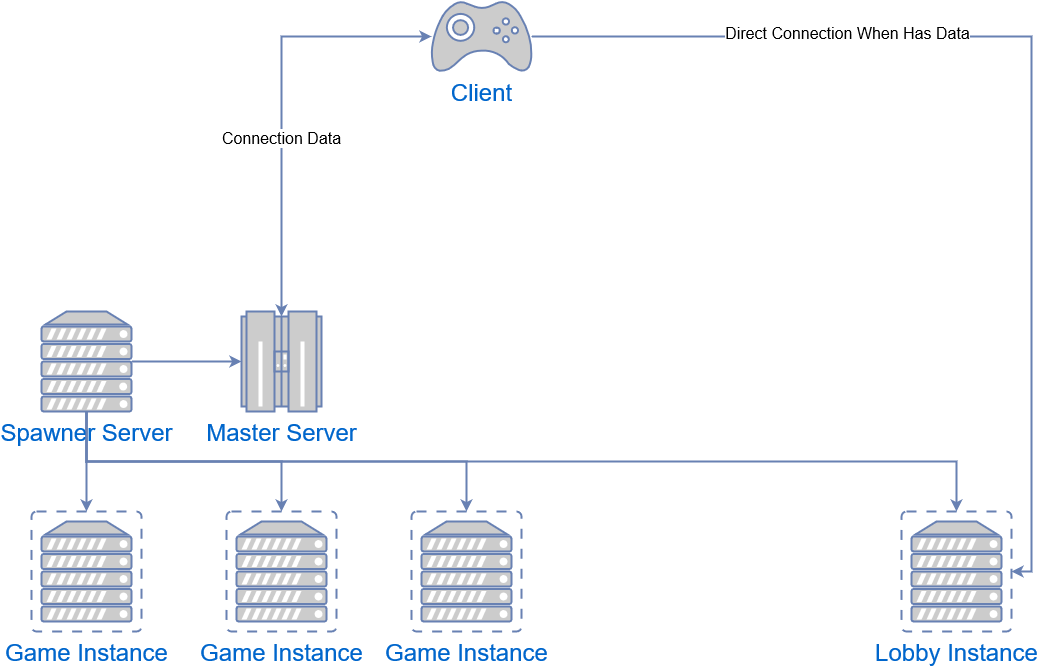
Earlier version of the draw.io export Visual Lobby Topology.png (KirKami/Visual-Lobby-MST-Extension). Source tidied: cells renumbered, new cells last; positions are measured from the earlier drawing's top-left corner, leaving out a move shared by most shapes. Source of this version:
```xml
<mxGraphModel>
  <root>
    <mxCell id="0" />
    <mxCell id="1" parent="0" />
    <mxCell id="2" style="edgeStyle=orthogonalEdgeStyle;rounded=0;jettySize=auto;html=1;entryX=0.5;entryY=0.05;entryDx=0;entryDy=0;entryPerimeter=0;strokeWidth=2;startArrow=classic;startFill=1;strokeColor=#6881B3;" parent="1" edge="1" source="6" target="7">
      <mxGeometry relative="1" as="geometry">
        <Array as="points">
          <mxPoint x="250" y="35" />
        </Array>
      </mxGeometry>
    </mxCell>
    <mxCell id="3" value="&lt;font style=&quot;font-size: 16px;&quot;&gt;Connection Data&lt;br&gt;&lt;/font&gt;" style="edgeLabel;html=1;align=center;verticalAlign=middle;" parent="2" vertex="1">
      <mxGeometry x="0.17" y="-1" relative="1" as="geometry" />
    </mxCell>
    <mxCell id="4" style="edgeStyle=orthogonalEdgeStyle;rounded=0;jettySize=auto;html=1;entryX=1;entryY=0.5;entryDx=0;entryDy=0;entryPerimeter=0;strokeWidth=2;strokeColor=#6881B3;" parent="1" edge="1" source="6" target="16">
      <mxGeometry relative="1" as="geometry" />
    </mxCell>
    <mxCell id="5" value="&lt;font style=&quot;font-size: 16px;&quot;&gt;Direct Connection When Has Data&lt;br&gt;&lt;/font&gt;" style="edgeLabel;html=1;align=center;verticalAlign=middle;" parent="4" vertex="1">
      <mxGeometry x="-0.4" y="4" relative="1" as="geometry" />
    </mxCell>
    <mxCell id="6" value="&lt;font style=&quot;font-size: 24px;&quot;&gt;Client&lt;/font&gt;" style="fontColor=#0066CC;verticalAlign=top;verticalLabelPosition=bottom;labelPosition=center;align=center;html=1;outlineConnect=0;fillColor=#CCCCCC;strokeColor=#6881B3;gradientColor=none;gradientDirection=north;strokeWidth=2;shape=mxgraph.networks.gamepad;" parent="1" vertex="1">
      <mxGeometry x="400" width="100" height="70" as="geometry" />
    </mxCell>
    <mxCell id="7" value="&lt;font style=&quot;font-size: 24px;&quot;&gt;Master Server&lt;br&gt;&lt;/font&gt;" style="fontColor=#0066CC;verticalAlign=top;verticalLabelPosition=bottom;labelPosition=center;align=center;html=1;outlineConnect=0;fillColor=#CCCCCC;strokeColor=#6881B3;gradientColor=none;gradientDirection=north;strokeWidth=2;shape=mxgraph.networks.mainframe;" parent="1" vertex="1">
      <mxGeometry x="210" y="310" width="80" height="100" as="geometry" />
    </mxCell>
    <mxCell id="8" style="edgeStyle=orthogonalEdgeStyle;rounded=0;jettySize=auto;html=1;exitX=1;exitY=0.5;exitDx=0;exitDy=0;exitPerimeter=0;entryX=0;entryY=0.5;entryDx=0;entryDy=0;entryPerimeter=0;strokeWidth=2;strokeColor=#6881B3;" parent="1" edge="1" source="12" target="7">
      <mxGeometry relative="1" as="geometry" />
    </mxCell>
    <mxCell id="9" style="edgeStyle=orthogonalEdgeStyle;rounded=0;jettySize=auto;html=1;entryX=0.5;entryY=0;entryDx=0;entryDy=0;entryPerimeter=0;strokeColor=#6881B3;strokeWidth=2;" parent="1" edge="1" source="12" target="13">
      <mxGeometry relative="1" as="geometry" />
    </mxCell>
    <mxCell id="10" style="edgeStyle=orthogonalEdgeStyle;rounded=0;jettySize=auto;html=1;exitX=0.5;exitY=1;exitDx=0;exitDy=0;exitPerimeter=0;entryX=0.5;entryY=0;entryDx=0;entryDy=0;entryPerimeter=0;strokeColor=#6881B3;strokeWidth=2;" parent="1" edge="1" source="12" target="14">
      <mxGeometry relative="1" as="geometry" />
    </mxCell>
    <mxCell id="11" style="edgeStyle=orthogonalEdgeStyle;rounded=0;jettySize=auto;html=1;exitX=0.5;exitY=1;exitDx=0;exitDy=0;exitPerimeter=0;entryX=0.5;entryY=0;entryDx=0;entryDy=0;entryPerimeter=0;strokeColor=#6881B3;strokeWidth=2;" parent="1" edge="1" source="12" target="15">
      <mxGeometry relative="1" as="geometry" />
    </mxCell>
    <mxCell id="12" value="&lt;font style=&quot;font-size: 24px;&quot;&gt;Spawner Server&lt;br&gt;&lt;/font&gt;" style="fontColor=#0066CC;verticalAlign=top;verticalLabelPosition=bottom;labelPosition=center;align=center;html=1;outlineConnect=0;fillColor=#CCCCCC;strokeColor=#6881B3;gradientColor=none;gradientDirection=north;strokeWidth=2;shape=mxgraph.networks.server;" parent="1" vertex="1">
      <mxGeometry x="10" y="310" width="90" height="100" as="geometry" />
    </mxCell>
    <mxCell id="13" value="&lt;font style=&quot;font-size: 24px;&quot;&gt;Game Instance&lt;/font&gt;" style="fontColor=#0066CC;verticalAlign=top;verticalLabelPosition=bottom;labelPosition=center;align=center;html=1;outlineConnect=0;fillColor=#CCCCCC;strokeColor=#6881B3;gradientColor=none;gradientDirection=north;strokeWidth=2;shape=mxgraph.networks.virtual_server;" parent="1" vertex="1">
      <mxGeometry y="510" width="110" height="120" as="geometry" />
    </mxCell>
    <mxCell id="14" value="&lt;font style=&quot;font-size: 24px;&quot;&gt;Game Instance&lt;/font&gt;" style="fontColor=#0066CC;verticalAlign=top;verticalLabelPosition=bottom;labelPosition=center;align=center;html=1;outlineConnect=0;fillColor=#CCCCCC;strokeColor=#6881B3;gradientColor=none;gradientDirection=north;strokeWidth=2;shape=mxgraph.networks.virtual_server;" parent="1" vertex="1">
      <mxGeometry x="195" y="510" width="110" height="120" as="geometry" />
    </mxCell>
    <mxCell id="15" value="&lt;font style=&quot;font-size: 24px;&quot;&gt;Game Instance&lt;/font&gt;" style="fontColor=#0066CC;verticalAlign=top;verticalLabelPosition=bottom;labelPosition=center;align=center;html=1;outlineConnect=0;fillColor=#CCCCCC;strokeColor=#6881B3;gradientColor=none;gradientDirection=north;strokeWidth=2;shape=mxgraph.networks.virtual_server;" parent="1" vertex="1">
      <mxGeometry x="380" y="510" width="110" height="120" as="geometry" />
    </mxCell>
    <mxCell id="16" value="&lt;font style=&quot;font-size: 24px;&quot;&gt;Lobby Instance&lt;/font&gt;" style="fontColor=#0066CC;verticalAlign=top;verticalLabelPosition=bottom;labelPosition=center;align=center;html=1;outlineConnect=0;fillColor=#CCCCCC;strokeColor=#6881B3;gradientColor=none;gradientDirection=north;strokeWidth=2;shape=mxgraph.networks.virtual_server;" parent="1" vertex="1">
      <mxGeometry x="870" y="510" width="110" height="120" as="geometry" />
    </mxCell>
    <mxCell id="17" style="edgeStyle=orthogonalEdgeStyle;rounded=0;jettySize=auto;html=1;exitX=0.5;exitY=1;exitDx=0;exitDy=0;exitPerimeter=0;strokeColor=#6881B3;strokeWidth=2;" parent="1" edge="1" source="12" target="16">
      <mxGeometry relative="1" as="geometry" />
    </mxCell>
  </root>
</mxGraphModel>
```
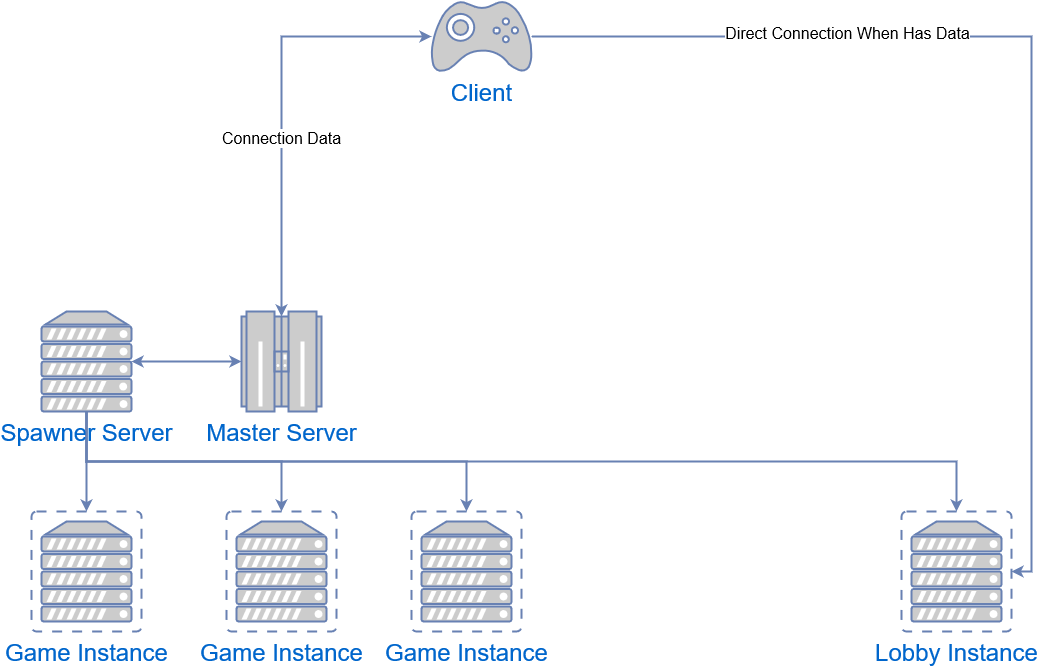
Later version of the same file.

Diff of the diagram source:
```diff
@@ -24,7 +24,7 @@
     <mxCell id="7" value="&lt;font style=&quot;font-size: 24px;&quot;&gt;Master Server&lt;br&gt;&lt;/font&gt;" style="fontColor=#0066CC;verticalAlign=top;verticalLabelPosition=bottom;labelPosition=center;align=center;html=1;outlineConnect=0;fillColor=#CCCCCC;strokeColor=#6881B3;gradientColor=none;gradientDirection=north;strokeWidth=2;shape=mxgraph.networks.mainframe;" parent="1" vertex="1">
       <mxGeometry x="210" y="310" width="80" height="100" as="geometry" />
     </mxCell>
-    <mxCell id="8" style="edgeStyle=orthogonalEdgeStyle;rounded=0;jettySize=auto;html=1;exitX=1;exitY=0.5;exitDx=0;exitDy=0;exitPerimeter=0;entryX=0;entryY=0.5;entryDx=0;entryDy=0;entryPerimeter=0;strokeWidth=2;strokeColor=#6881B3;" parent="1" edge="1" source="12" target="7">
+    <mxCell id="8" style="edgeStyle=orthogonalEdgeStyle;rounded=0;jettySize=auto;html=1;exitX=1;exitY=0.5;exitDx=0;exitDy=0;exitPerimeter=0;entryX=0;entryY=0.5;entryDx=0;entryDy=0;entryPerimeter=0;strokeWidth=2;strokeColor=#6881B3;startArrow=classic;startFill=1;" parent="1" edge="1" source="12" target="7">
       <mxGeometry relative="1" as="geometry" />
     </mxCell>
     <mxCell id="9" style="edgeStyle=orthogonalEdgeStyle;rounded=0;jettySize=auto;html=1;entryX=0.5;entryY=0;entryDx=0;entryDy=0;entryPerimeter=0;strokeColor=#6881B3;strokeWidth=2;" parent="1" edge="1" source="12" target="13">
```
